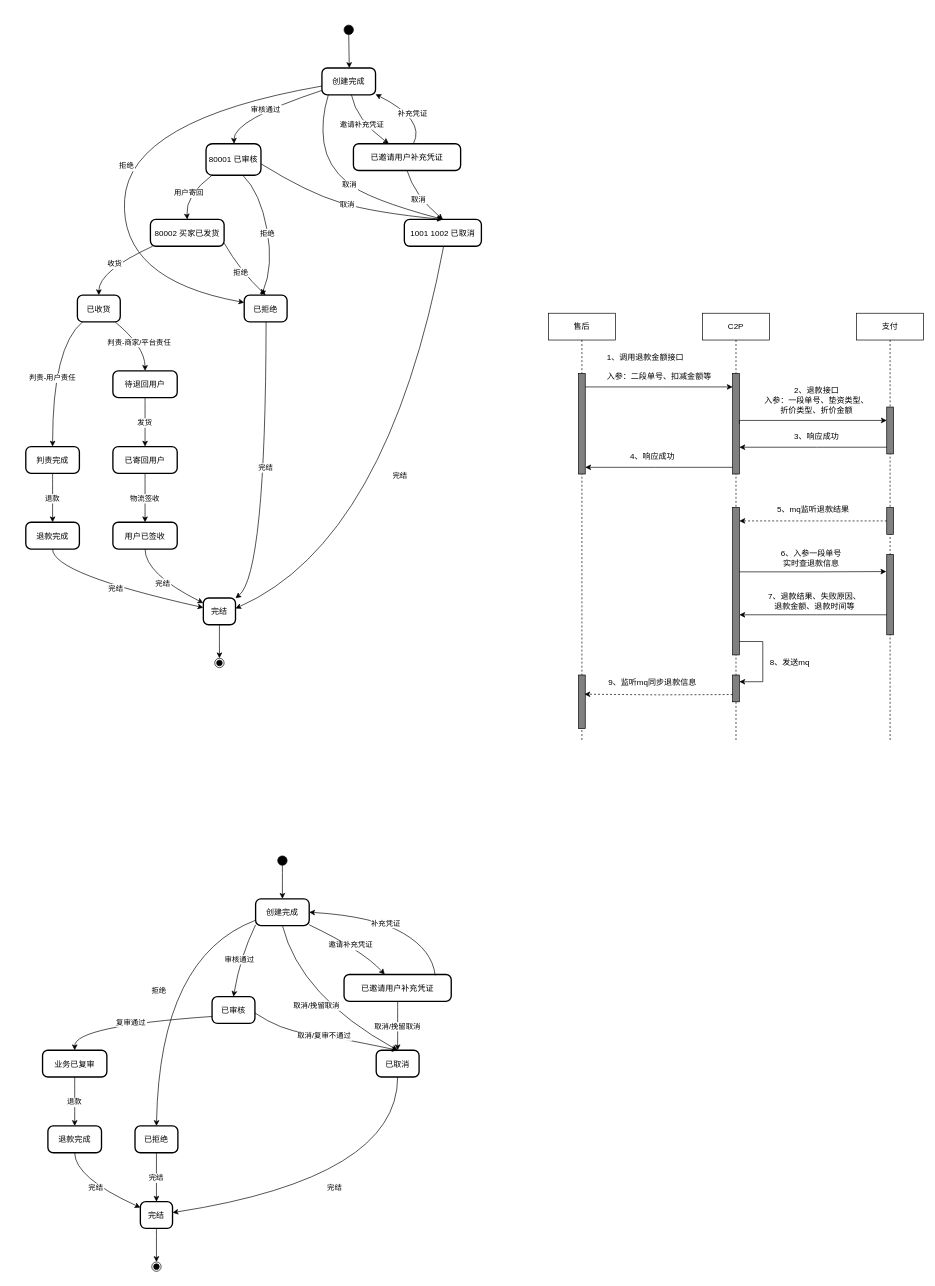
The draw.io diagram 售后单状态机.drawio in Eiji1422/diagrams, before the edit. Source tidied: cells renumbered, new cells numbered last; positions are measured from the earlier drawing's top-left corner, leaving out a move shared by most shapes. Both pictures are drawn from the tidied source at 67%, with x=0, y=0 at pixel (25, 25).
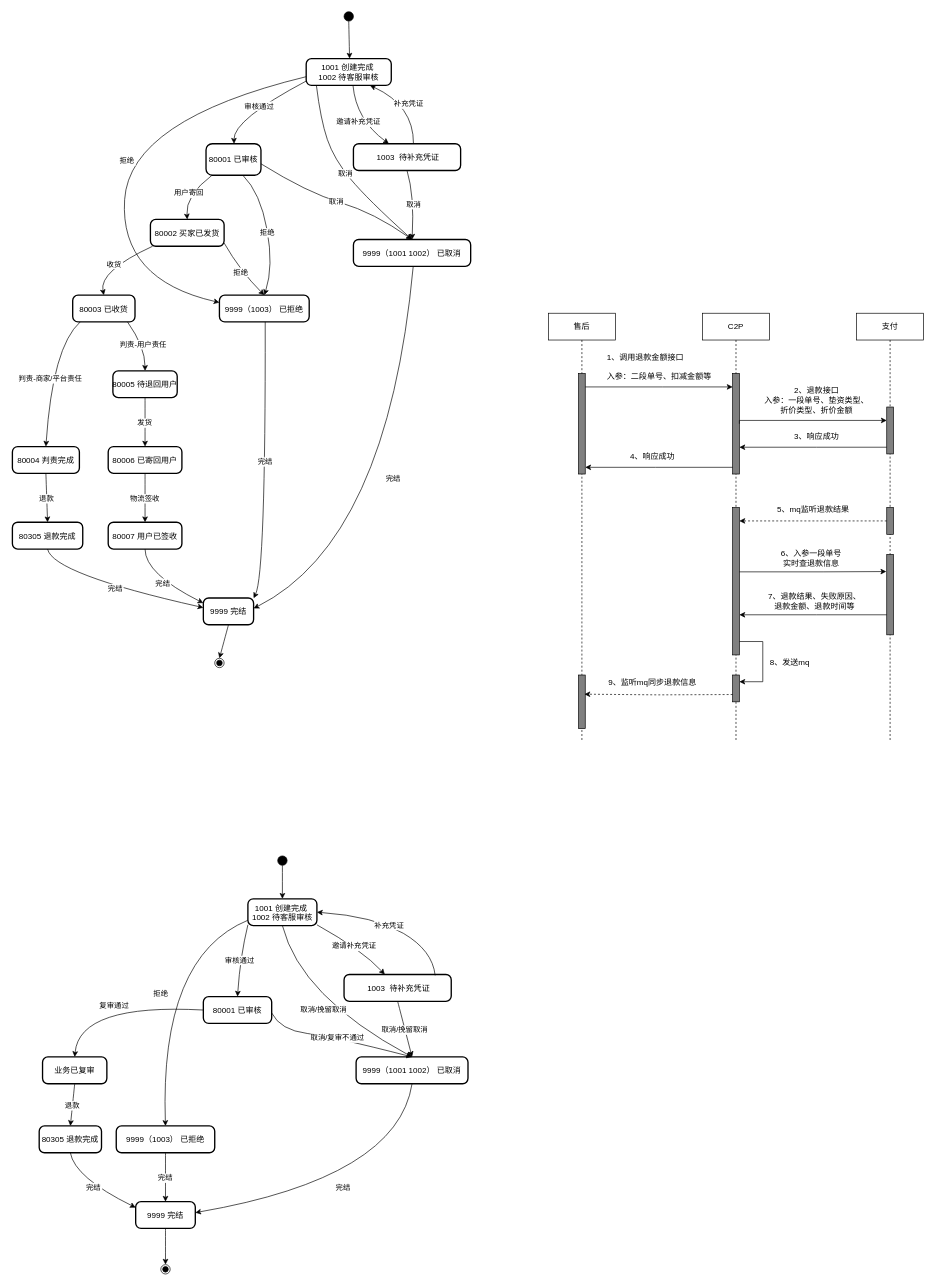
Above is the later version.

Commit message:
更新售后单状态机.drawio

Unchanged cells that the change refers to:
```xml
<mxCell id="7" value="80001 已审核" style="rounded=1;arcSize=20;strokeWidth=2;" parent="1" vertex="1">
  <mxGeometry x="269" y="177" width="82" height="47" as="geometry" />
</mxCell>
```

The edit, as a diff of the source:
```diff
@@
     <mxCell id="2" style="ellipse;fillColor=strokeColor;" parent="1" vertex="1">
-      <mxGeometry x="475" width="14" height="14" as="geometry" />
+      <mxGeometry x="475" y="-20" width="14" height="14" as="geometry" />
     </mxCell>
-    <mxCell id="3" value="创建完成" style="rounded=1;arcSize=20;strokeWidth=2;" parent="1" vertex="1">
-      <mxGeometry x="442" y="64" width="80" height="40" as="geometry" />
+    <mxCell id="3" value="1001 创建完成  &#10;1002 待客服审核" style="rounded=1;arcSize=20;strokeWidth=2;" parent="1" vertex="1">
+      <mxGeometry x="418.5" y="50" width="127" height="40" as="geometry" />
     </mxCell>
-    <mxCell id="4" value="已邀请用户补充凭证" style="rounded=1;arcSize=20;strokeWidth=2;" parent="1" vertex="1">
+    <mxCell id="4" value=" 1003  待补充凭证" style="rounded=1;arcSize=20;strokeWidth=2;" parent="1" vertex="1">
       <mxGeometry x="489" y="177" width="160" height="40" as="geometry" />
     </mxCell>
-    <mxCell id="5" value="1001 1002 已取消" style="rounded=1;arcSize=20;strokeWidth=2;" parent="1" vertex="1">
-      <mxGeometry x="565" y="290" width="115" height="40" as="geometry" />
+    <mxCell id="5" value="9999（1001 1002） 已取消" style="rounded=1;arcSize=20;strokeWidth=2;" parent="1" vertex="1">
+      <mxGeometry x="489" y="320" width="175" height="40" as="geometry" />
     </mxCell>
-    <mxCell id="6" value="已拒绝" style="rounded=1;arcSize=20;strokeWidth=2;" parent="1" vertex="1">
-      <mxGeometry x="326" y="403" width="64" height="40" as="geometry" />
+    <mxCell id="6" value="9999（1003） 已拒绝" style="rounded=1;arcSize=20;strokeWidth=2;" parent="1" vertex="1">
+      <mxGeometry x="289" y="403" width="134" height="40" as="geometry" />
     </mxCell>
@@
-    <mxCell id="9" value="已收货" style="rounded=1;arcSize=20;strokeWidth=2;" parent="1" vertex="1">
-      <mxGeometry x="77" y="403" width="64" height="40" as="geometry" />
+    <mxCell id="9" value="80003 已收货" style="rounded=1;arcSize=20;strokeWidth=2;" parent="1" vertex="1">
+      <mxGeometry x="70" y="403" width="93" height="40" as="geometry" />
     </mxCell>
-    <mxCell id="10" value="判责完成" style="rounded=1;arcSize=20;strokeWidth=2;" parent="1" vertex="1">
-      <mxGeometry y="629" width="80" height="40" as="geometry" />
+    <mxCell id="10" value="80004 判责完成" style="rounded=1;arcSize=20;strokeWidth=2;" parent="1" vertex="1">
+      <mxGeometry x="-20" y="629" width="100" height="40" as="geometry" />
     </mxCell>
-    <mxCell id="11" value="待退回用户" style="rounded=1;arcSize=20;strokeWidth=2;" parent="1" vertex="1">
+    <mxCell id="11" value="80005 待退回用户" style="rounded=1;arcSize=20;strokeWidth=2;" parent="1" vertex="1">
       <mxGeometry x="130" y="516" width="96" height="40" as="geometry" />
     </mxCell>
-    <mxCell id="12" value="退款完成" style="rounded=1;arcSize=20;strokeWidth=2;" parent="1" vertex="1">
-      <mxGeometry y="742" width="80" height="40" as="geometry" />
+    <mxCell id="12" value="80305 退款完成" style="rounded=1;arcSize=20;strokeWidth=2;" parent="1" vertex="1">
+      <mxGeometry x="-20" y="742" width="105" height="40" as="geometry" />
     </mxCell>
-    <mxCell id="13" value="完结" style="rounded=1;arcSize=20;strokeWidth=2;" parent="1" vertex="1">
-      <mxGeometry x="265" y="855" width="48" height="40" as="geometry" />
+    <mxCell id="13" value="9999 完结" style="rounded=1;arcSize=20;strokeWidth=2;" parent="1" vertex="1">
+      <mxGeometry x="265" y="855" width="75" height="40" as="geometry" />
     </mxCell>
-    <mxCell id="14" value="已寄回用户" style="rounded=1;arcSize=20;strokeWidth=2;" parent="1" vertex="1">
-      <mxGeometry x="130" y="629" width="96" height="40" as="geometry" />
+    <mxCell id="14" value="80006 已寄回用户" style="rounded=1;arcSize=20;strokeWidth=2;" parent="1" vertex="1">
+      <mxGeometry x="123" y="629" width="110" height="40" as="geometry" />
     </mxCell>
-    <mxCell id="15" value="用户已签收" style="rounded=1;arcSize=20;strokeWidth=2;" parent="1" vertex="1">
-      <mxGeometry x="130" y="742" width="96" height="40" as="geometry" />
+    <mxCell id="15" value="80007 用户已签收" style="rounded=1;arcSize=20;strokeWidth=2;" parent="1" vertex="1">
+      <mxGeometry x="123" y="742" width="110" height="40" as="geometry" />
     </mxCell>
@@
     <mxCell id="19" value="取消" style="curved=1;startArrow=none;exitX=0.12;exitY=1;entryX=0.5;entryY=0;rounded=0;entryDx=0;entryDy=0;" parent="1" edge="1" source="3" target="5">
       <mxGeometry relative="1" as="geometry">
         <Array as="points">
           <mxPoint x="440" y="141" />
-          <mxPoint x="450" y="210" />
+          <mxPoint x="460" y="200" />
           <mxPoint x="510" y="260" />
         </Array>
       </mxGeometry>
     </mxCell>
@@
-    <mxCell id="22" value="补充凭证" style="curved=1;startArrow=none;exitX=0.56;exitY=0;entryX=1.01;entryY=0.99;rounded=0;" parent="1" edge="1" source="4" target="3">
-      <mxGeometry relative="1" as="geometry">
+    <mxCell id="22" value="补充凭证" style="curved=1;startArrow=none;exitX=0.56;exitY=0;entryX=0.75;entryY=1;rounded=0;entryDx=0;entryDy=0;" parent="1" edge="1" source="4" target="3">
+      <mxGeometry x="0.01" relative="1" as="geometry">
         <Array as="points">
-          <mxPoint x="597" y="141" />
+          <mxPoint x="579" y="120" />
         </Array>
       </mxGeometry>
     </mxCell>
@@
-    <mxCell id="25" value="拒绝" style="curved=1;startArrow=none;exitX=0.67;exitY=1;entryX=0.4;entryY=0;rounded=0;" parent="1" edge="1" source="7" target="6">
+    <mxCell id="25" value="拒绝" style="curved=1;startArrow=none;exitX=0.67;exitY=1;entryX=0.5;entryY=0;rounded=0;entryDx=0;entryDy=0;" parent="1" edge="1" source="7" target="6">
       <mxGeometry relative="1" as="geometry">
         <Array as="points">
           <mxPoint x="350" y="250" />
           <mxPoint x="370" y="360" />
         </Array>
       </mxGeometry>
     </mxCell>
@@
-    <mxCell id="29" value="判责-用户责任" style="curved=1;startArrow=none;exitX=0.12;exitY=1;entryX=0.5;entryY=0;rounded=0;" parent="1" edge="1" source="9" target="10">
+    <mxCell id="29" value="判责-商家/平台责任" style="curved=1;startArrow=none;exitX=0.12;exitY=1;entryX=0.5;entryY=0;rounded=0;" parent="1" edge="1" source="9" target="10">
       <mxGeometry relative="1" as="geometry">
         <Array as="points">
           <mxPoint x="40" y="480" />
         </Array>
       </mxGeometry>
     </mxCell>
-    <mxCell id="30" value="判责-商家/平台责任" style="curved=1;startArrow=none;exitX=0.88;exitY=1;entryX=0.5;entryY=0;rounded=0;" parent="1" edge="1" source="9" target="11">
+    <mxCell id="30" value="判责-用户责任" style="curved=1;startArrow=none;exitX=0.88;exitY=1;entryX=0.5;entryY=0;rounded=0;" parent="1" edge="1" source="9" target="11">
       <mxGeometry relative="1" as="geometry">
         <Array as="points">
           <mxPoint x="178" y="480" />
         </Array>
       </mxGeometry>
     </mxCell>
@@
-    <mxCell id="40" value="创建完成" style="rounded=1;arcSize=20;strokeWidth=2;" parent="1" vertex="1">
-      <mxGeometry x="343" y="1304" width="80" height="40" as="geometry" />
+    <mxCell id="40" value="1001 创建完成 &#10;1002 待客服审核" style="rounded=1;arcSize=20;strokeWidth=2;" parent="1" vertex="1">
+      <mxGeometry x="331.5" y="1304" width="103" height="40" as="geometry" />
     </mxCell>
-    <mxCell id="41" value="已邀请用户补充凭证" style="rounded=1;arcSize=20;strokeWidth=2;" parent="1" vertex="1">
+    <mxCell id="41" value=" 1003  待补充凭证" style="rounded=1;arcSize=20;strokeWidth=2;" parent="1" vertex="1">
       <mxGeometry x="475" y="1417" width="160" height="40" as="geometry" />
     </mxCell>
-    <mxCell id="42" value="已取消" style="rounded=1;arcSize=20;strokeWidth=2;" parent="1" vertex="1">
-      <mxGeometry x="523" y="1530" width="64" height="40" as="geometry" />
+    <mxCell id="42" value="9999（1001 1002） 已取消" style="rounded=1;arcSize=20;strokeWidth=2;" parent="1" vertex="1">
+      <mxGeometry x="493" y="1540" width="167" height="40" as="geometry" />
     </mxCell>
-    <mxCell id="43" value="已拒绝" style="rounded=1;arcSize=20;strokeWidth=2;" parent="1" vertex="1">
-      <mxGeometry x="163" y="1643" width="64" height="40" as="geometry" />
+    <mxCell id="43" value="9999（1003） 已拒绝" style="rounded=1;arcSize=20;strokeWidth=2;" parent="1" vertex="1">
+      <mxGeometry x="135" y="1643" width="147" height="40" as="geometry" />
     </mxCell>
-    <mxCell id="44" value="已审核" style="rounded=1;arcSize=20;strokeWidth=2;" parent="1" vertex="1">
-      <mxGeometry x="278" y="1450" width="64" height="40" as="geometry" />
+    <mxCell id="44" value="80001 已审核" style="rounded=1;arcSize=20;strokeWidth=2;" parent="1" vertex="1">
+      <mxGeometry x="265" y="1450" width="102" height="40" as="geometry" />
     </mxCell>
     <mxCell id="45" value="业务已复审" style="rounded=1;arcSize=20;strokeWidth=2;" parent="1" vertex="1">
-      <mxGeometry x="25" y="1530" width="96" height="40" as="geometry" />
+      <mxGeometry x="25" y="1540" width="96" height="40" as="geometry" />
     </mxCell>
-    <mxCell id="46" value="退款完成" style="rounded=1;arcSize=20;strokeWidth=2;" parent="1" vertex="1">
-      <mxGeometry x="33" y="1643" width="80" height="40" as="geometry" />
+    <mxCell id="46" value="80305 退款完成" style="rounded=1;arcSize=20;strokeWidth=2;" parent="1" vertex="1">
+      <mxGeometry x="20" y="1643" width="93" height="40" as="geometry" />
     </mxCell>
-    <mxCell id="47" value="完结" style="rounded=1;arcSize=20;strokeWidth=2;" parent="1" vertex="1">
-      <mxGeometry x="171" y="1756" width="48" height="40" as="geometry" />
+    <mxCell id="47" value="9999 完结" style="rounded=1;arcSize=20;strokeWidth=2;" parent="1" vertex="1">
+      <mxGeometry x="164" y="1756" width="89" height="40" as="geometry" />
     </mxCell>
     <mxCell id="48" style="ellipse;shape=endState;fillColor=strokeColor;" parent="1" vertex="1">
-      <mxGeometry x="188" y="1846" width="14" height="14" as="geometry" />
+      <mxGeometry x="201.5" y="1850" width="14" height="14" as="geometry" />
     </mxCell>
@@
-    <mxCell id="56" value="复审通过" style="curved=1;startArrow=none;exitX=0;exitY=0.74;entryX=0.5;entryY=0;rounded=0;" parent="1" edge="1" source="44" target="45">
+    <mxCell id="56" value="复审通过" style="curved=1;startArrow=none;exitX=0;exitY=0.5;entryX=0.5;entryY=0;rounded=0;exitDx=0;exitDy=0;" parent="1" edge="1" source="44" target="45">
       <mxGeometry relative="1" as="geometry">
         <Array as="points">
-          <mxPoint x="73" y="1494" />
+          <mxPoint x="80" y="1460" />
         </Array>
       </mxGeometry>
     </mxCell>
```
